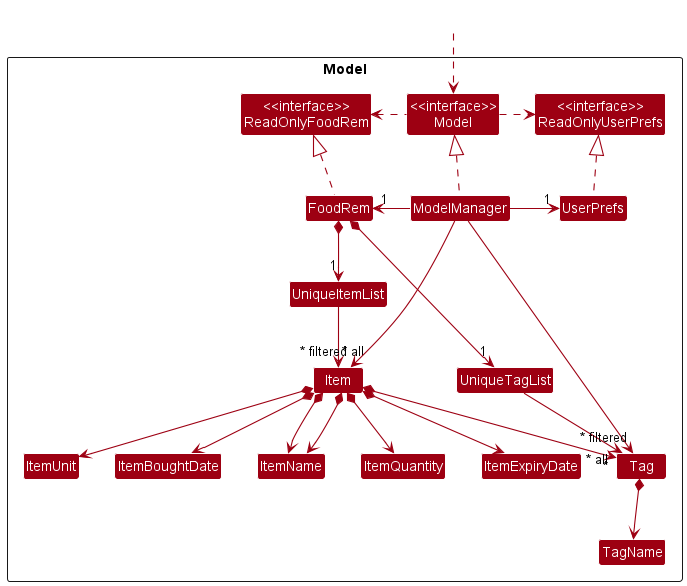
Before: docs/images/ModelClassDiagram.png, a diagram exported from PlantUML (nus-cs2103-AY2223S1/tp).
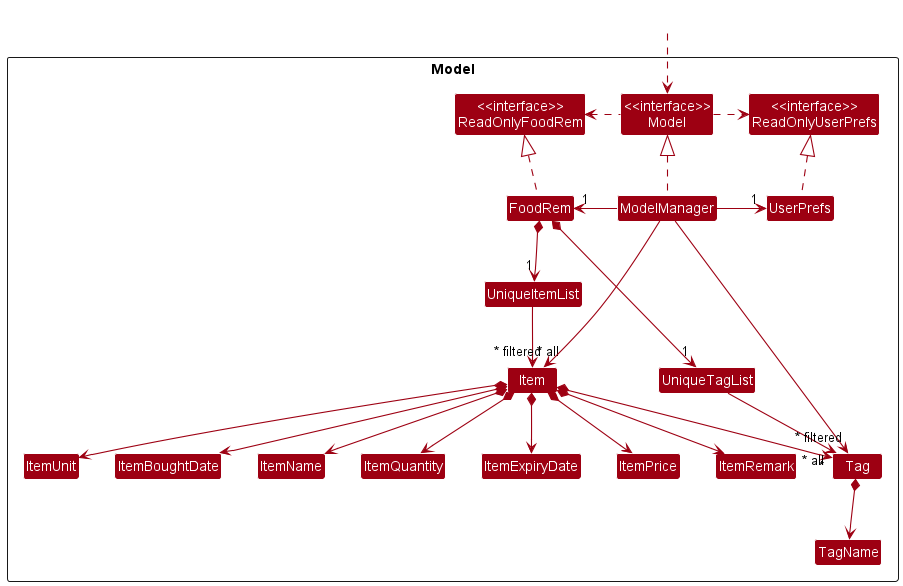
Later version of the same file.

Diff of the diagram source:
```diff
@@ -20,6 +20,8 @@
 Class ItemUnit
 Class ItemBoughtDate
 Class ItemExpiryDate
+Class ItemPrice
+Class ItemRemark
 Class Tag
 Class TagName
 }
@@ -44,7 +46,8 @@
 Item *--> ItemExpiryDate
 Item *--> ItemQuantity
 Item *--> ItemName
-Item *--> ItemName
+Item *--> ItemPrice
+Item *--> ItemRemark
 Item *--> "*" Tag
 Tag *--> TagName
 
```
